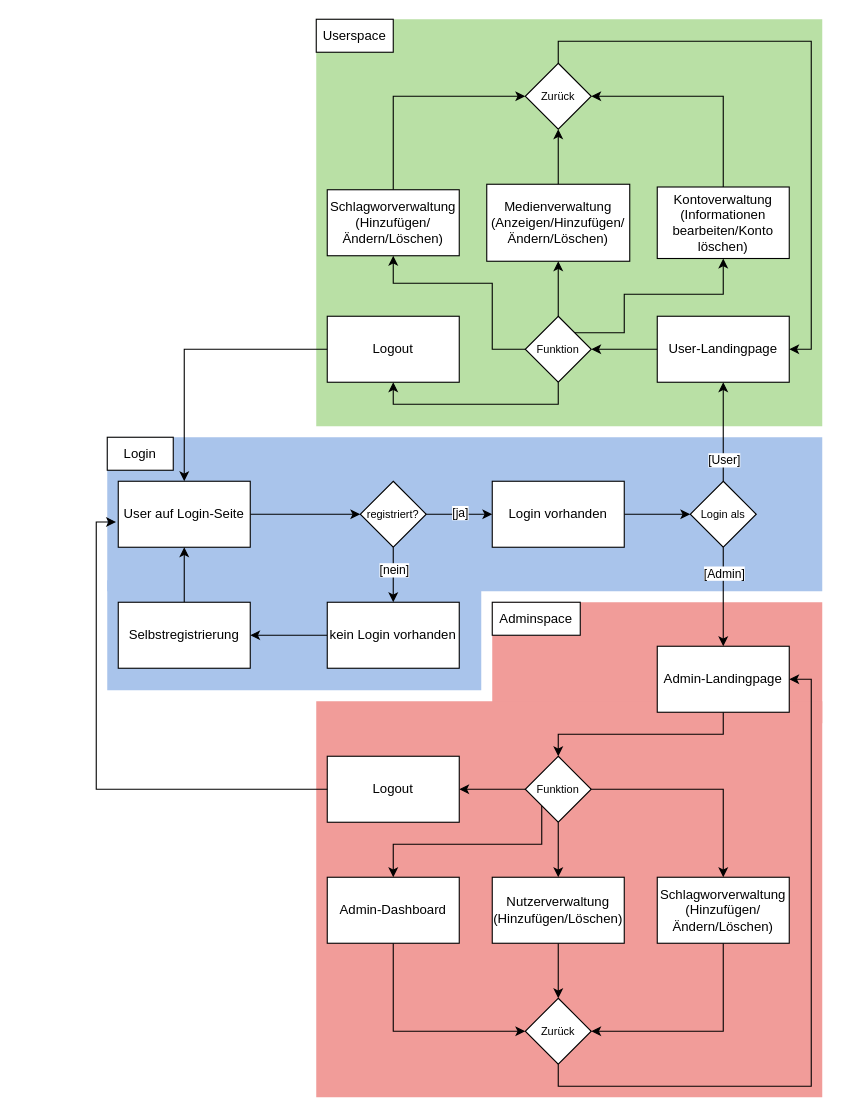
This is Diagramme/Ablaufdiagramm.drawio from Kaktussaft/Mediendatenbank-broken, a draw.io file, before an edit. Source tidied: cells renumbered, new cells numbered last; positions are measured from the earlier drawing's top-left corner, leaving out a move shared by most shapes. Both pictures are drawn from the tidied source at 110%, with x=0, y=0 at pixel (96, 19).
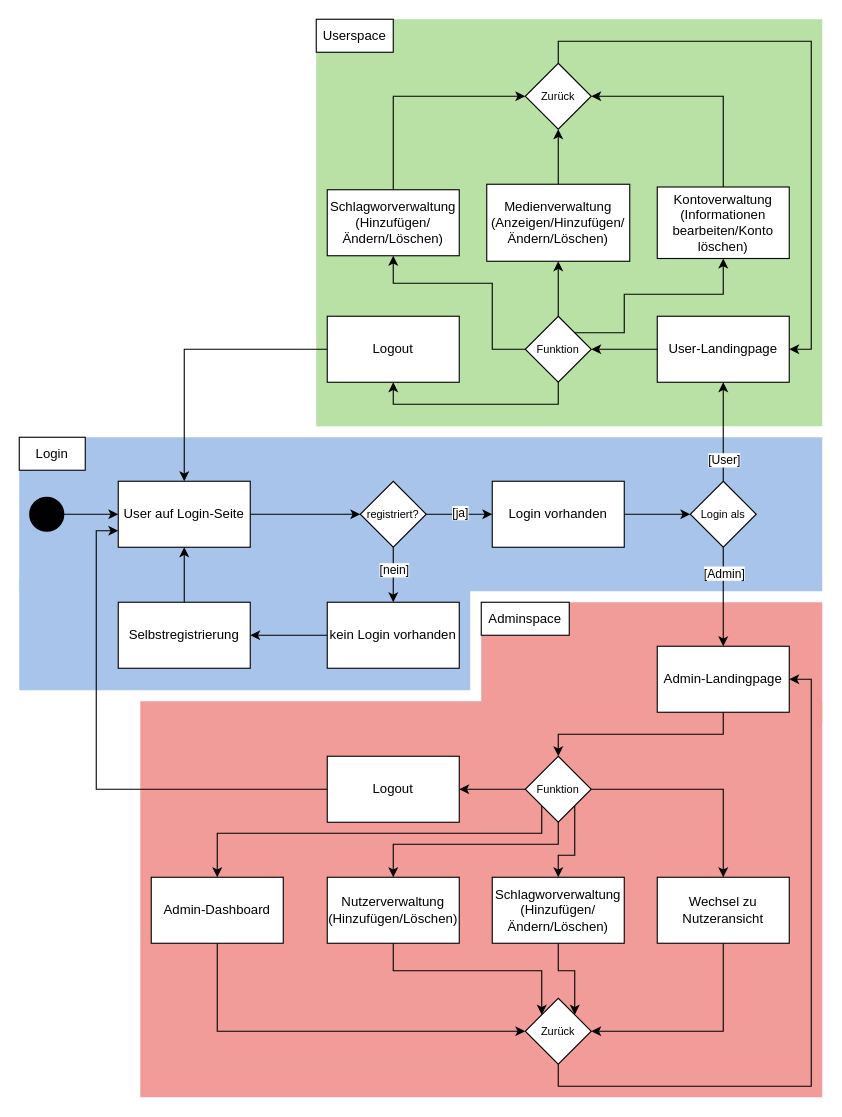
The same diagram, later.

Commit message:
added toggle view for admin and starting point

The change refers to these unchanged cells:
```xml
<mxCell id="19" value="User auf Login-Seite" style="rounded=0;whiteSpace=wrap;html=1;" parent="1" vertex="1">
  <mxGeometry x="20" y="420" width="120" height="60" as="geometry" />
</mxCell>
<mxCell id="33" value="Funktion" style="rhombus;whiteSpace=wrap;html=1;fontSize=10;" parent="1" vertex="1">
  <mxGeometry x="390" y="670" width="60" height="60" as="geometry" />
</mxCell>
<mxCell id="53" value="Logout" style="rounded=0;whiteSpace=wrap;html=1;" parent="1" vertex="1">
  <mxGeometry x="210" y="670" width="120" height="60" as="geometry" />
</mxCell>
<mxCell id="61" value="Zurück" style="rhombus;whiteSpace=wrap;html=1;fontSize=10;" parent="1" vertex="1">
  <mxGeometry x="390" y="890" width="60" height="60" as="geometry" />
</mxCell>
```

Change to the diagram source:
```diff
@@
     <mxCell id="2" style="rounded=0;whiteSpace=wrap;html=1;strokeColor=none;fillColor=#F19C99;" parent="1" vertex="1">
-      <mxGeometry x="360" y="530" width="300" height="110" as="geometry" />
+      <mxGeometry x="350" y="530" width="310" height="110" as="geometry" />
     </mxCell>
     <mxCell id="3" style="rounded=0;whiteSpace=wrap;html=1;strokeColor=none;fillColor=#F19C99;" parent="1" vertex="1">
-      <mxGeometry x="200" y="620" width="460" height="360" as="geometry" />
+      <mxGeometry x="40" y="620" width="620" height="360" as="geometry" />
     </mxCell>
@@
     <mxCell id="5" style="rounded=0;whiteSpace=wrap;html=1;strokeColor=none;fillColor=#A9C4EB;" parent="1" vertex="1">
-      <mxGeometry x="10" y="510" width="340" height="100" as="geometry" />
+      <mxGeometry x="-70" y="510" width="410" height="100" as="geometry" />
     </mxCell>
     <mxCell id="6" style="rounded=0;whiteSpace=wrap;html=1;strokeColor=none;fillColor=#A9C4EB;" parent="1" vertex="1">
-      <mxGeometry x="10" y="380" width="650" height="140" as="geometry" />
+      <mxGeometry x="-70" y="380" width="730" height="140" as="geometry" />
     </mxCell>
@@
     <mxCell id="29" style="edgeStyle=orthogonalEdgeStyle;rounded=0;jettySize=auto;html=1;exitX=0.5;exitY=1;exitDx=0;exitDy=0;entryX=0.5;entryY=0;entryDx=0;entryDy=0;" parent="1" edge="1" source="33" target="37">
-      <mxGeometry relative="1" as="geometry" />
+      <mxGeometry relative="1" as="geometry">
+        <Array as="points">
+          <mxPoint x="420" y="750" />
+          <mxPoint x="270" y="750" />
+        </Array>
+      </mxGeometry>
     </mxCell>
     <mxCell id="30" style="edgeStyle=orthogonalEdgeStyle;rounded=0;jettySize=auto;html=1;exitX=0;exitY=1;exitDx=0;exitDy=0;entryX=0.5;entryY=0;entryDx=0;entryDy=0;" parent="1" edge="1" source="33" target="35">
       <mxGeometry relative="1" as="geometry">
         <Array as="points">
-          <mxPoint x="405" y="750" />
-          <mxPoint x="270" y="750" />
+          <mxPoint x="405" y="740" />
+          <mxPoint x="110" y="740" />
         </Array>
       </mxGeometry>
     </mxCell>
@@
+    <mxCell id="62" style="edgeStyle=orthogonalEdgeStyle;rounded=0;jettySize=auto;html=1;exitX=1;exitY=1;exitDx=0;exitDy=0;entryX=0.5;entryY=0;entryDx=0;entryDy=0;" parent="1" edge="1" source="33" target="66">
+      <mxGeometry relative="1" as="geometry">
+        <Array as="points">
+          <mxPoint x="435" y="760" />
+          <mxPoint x="420" y="760" />
+        </Array>
+      </mxGeometry>
+    </mxCell>
@@
     <mxCell id="35" value="Admin-Dashboard" style="rounded=0;whiteSpace=wrap;html=1;" parent="1" vertex="1">
-      <mxGeometry x="210" y="780" width="120" height="60" as="geometry" />
+      <mxGeometry x="50" y="780" width="120" height="60" as="geometry" />
     </mxCell>
-    <mxCell id="36" style="edgeStyle=orthogonalEdgeStyle;rounded=0;jettySize=auto;html=1;exitX=0.5;exitY=1;exitDx=0;exitDy=0;entryX=0.5;entryY=0;entryDx=0;entryDy=0;" parent="1" edge="1" source="37" target="61">
+    <mxCell id="36" style="edgeStyle=orthogonalEdgeStyle;rounded=0;jettySize=auto;html=1;exitX=0.5;exitY=1;exitDx=0;exitDy=0;entryX=0;entryY=0;entryDx=0;entryDy=0;" parent="1" edge="1" source="37" target="61">
       <mxGeometry relative="1" as="geometry" />
     </mxCell>
     <mxCell id="37" value="Nutzerverwaltung (Hinzufügen/Löschen)" style="rounded=0;whiteSpace=wrap;html=1;" parent="1" vertex="1">
-      <mxGeometry x="360" y="780" width="120" height="60" as="geometry" />
+      <mxGeometry x="210" y="780" width="120" height="60" as="geometry" />
     </mxCell>
@@
-    <mxCell id="39" value="Schlagworverwaltung (Hinzufügen/Ändern/Löschen)" style="rounded=0;whiteSpace=wrap;html=1;" parent="1" vertex="1">
+    <mxCell id="39" value="Wechsel zu Nutzeransicht" style="rounded=0;whiteSpace=wrap;html=1;" parent="1" vertex="1">
       <mxGeometry x="510" y="780" width="120" height="60" as="geometry" />
     </mxCell>
@@
+    <mxCell id="54" style="edgeStyle=orthogonalEdgeStyle;rounded=0;jettySize=auto;html=1;exitX=0;exitY=0.5;exitDx=0;exitDy=0;entryX=0;entryY=0.75;entryDx=0;entryDy=0;" parent="1" edge="1" source="53" target="19">
+      <mxGeometry relative="1" as="geometry" />
+    </mxCell>
@@
-    <mxCell id="54" style="edgeStyle=orthogonalEdgeStyle;rounded=0;jettySize=auto;html=1;exitX=0;exitY=0.5;exitDx=0;exitDy=0;entryX=-0.017;entryY=0.617;entryDx=0;entryDy=0;entryPerimeter=0;" parent="1" edge="1" source="53" target="19">
-      <mxGeometry relative="1" as="geometry">
-        <Array as="points">
-          <mxPoint y="700" />
-          <mxPoint y="457" />
-        </Array>
-      </mxGeometry>
-    </mxCell>
     <mxCell id="55" value="Login" style="rounded=0;whiteSpace=wrap;html=1;" parent="1" vertex="1">
-      <mxGeometry x="10" y="380" width="60" height="30" as="geometry" />
+      <mxGeometry x="-70" y="380" width="60" height="30" as="geometry" />
     </mxCell>
@@
     <mxCell id="57" value="Adminspace" style="rounded=0;whiteSpace=wrap;html=1;" parent="1" vertex="1">
-      <mxGeometry x="360" y="530" width="80" height="30" as="geometry" />
+      <mxGeometry x="350" y="530" width="80" height="30" as="geometry" />
     </mxCell>
@@
+    <mxCell id="63" style="edgeStyle=orthogonalEdgeStyle;rounded=0;jettySize=auto;html=1;exitX=1;exitY=0.5;exitDx=0;exitDy=0;exitPerimeter=0;entryX=0;entryY=0.5;entryDx=0;entryDy=0;" parent="1" edge="1" source="64" target="19">
+      <mxGeometry relative="1" as="geometry" />
+    </mxCell>
+    <mxCell id="64" style="strokeWidth=2;html=1;shape=mxgraph.flowchart.start_2;whiteSpace=wrap;fillColor=#000000;" parent="1" vertex="1">
+      <mxGeometry x="-60" y="435" width="30" height="30" as="geometry" />
+    </mxCell>
+    <mxCell id="65" style="edgeStyle=orthogonalEdgeStyle;rounded=0;jettySize=auto;html=1;exitX=0.5;exitY=1;exitDx=0;exitDy=0;entryX=1;entryY=0;entryDx=0;entryDy=0;" parent="1" edge="1" source="66" target="61">
+      <mxGeometry relative="1" as="geometry" />
+    </mxCell>
+    <mxCell id="66" value="Schlagworverwaltung (Hinzufügen/Ändern/Löschen)" style="rounded=0;whiteSpace=wrap;html=1;" parent="1" vertex="1">
+      <mxGeometry x="360" y="780" width="120" height="60" as="geometry" />
+    </mxCell>
```
